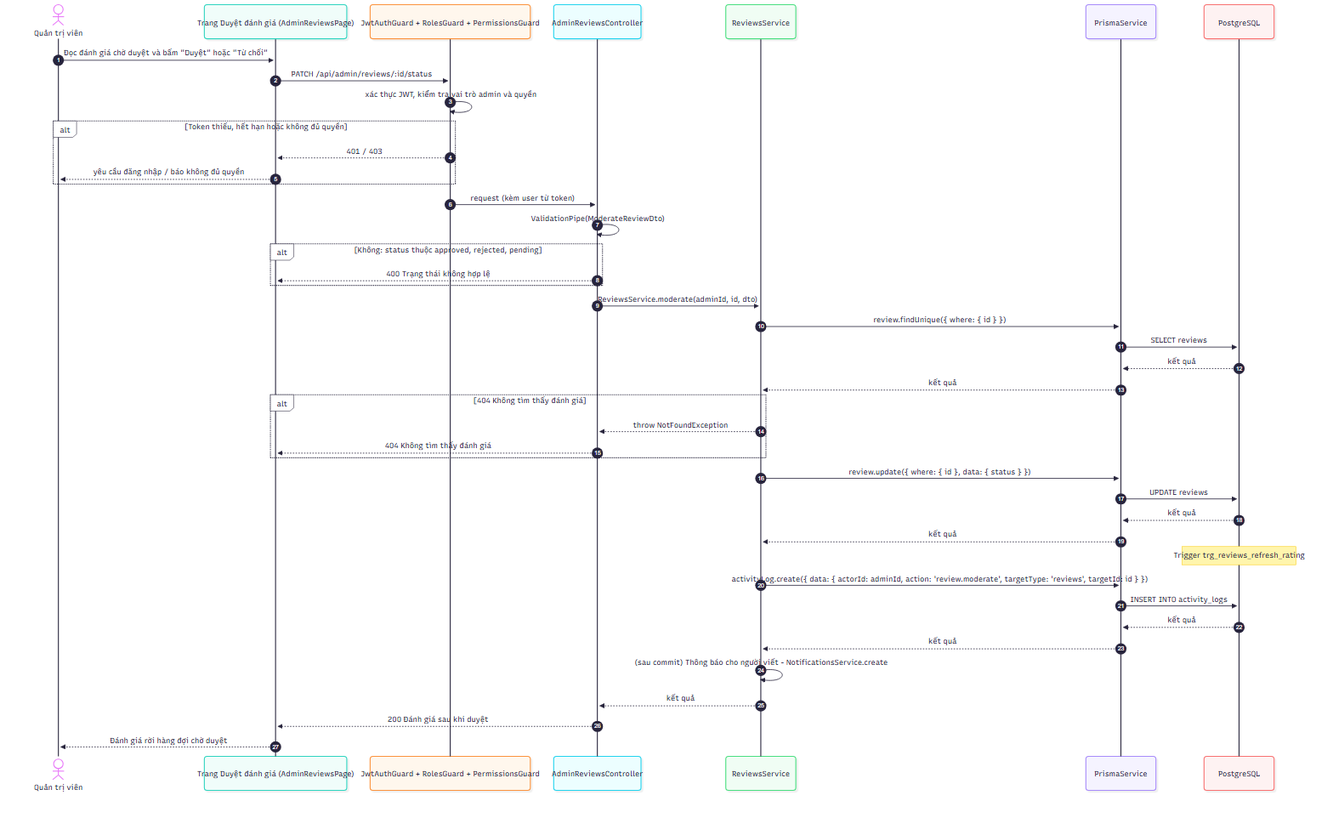
This is docs/diagrams/png/sequence_UC-ADM-18_duyet-hoac-tu-choi-danh-gia.png from 2431540234-arch/XDUDTMDT, a Mermaid export, as it was before one commit. Its source is kept beside it as docs/diagrams/src/sequence_UC-ADM-18_duyet-hoac-tu-choi-danh-gia.mmd.
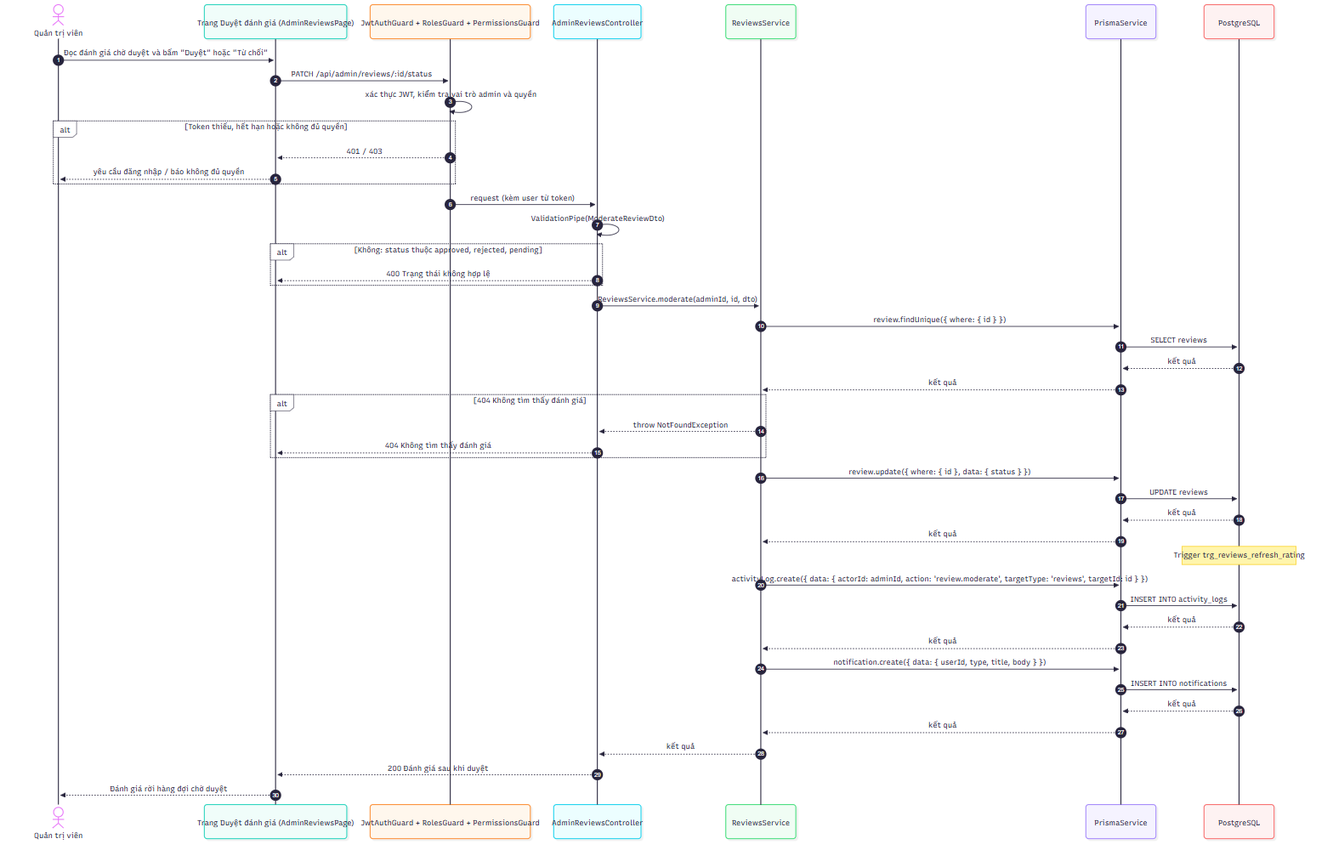
The same file after the commit.

What changed in the source:
```diff
@@ -37,7 +37,10 @@
     P->>D: INSERT INTO activity_logs
     D-->>P: kết quả
     P-->>S: kết quả
-    S->>S: (sau commit) Thông báo cho người viết - NotificationsService.create
+    S->>P: notification.create({ data: { userId, type, title, body } })
+    P->>D: INSERT INTO notifications
+    D-->>P: kết quả
+    P-->>S: kết quả
     S-->>C: kết quả
     C-->>FE: 200 Đánh giá sau khi duyệt
     FE-->>A: Đánh giá rời hàng đợi chờ duyệt
```
